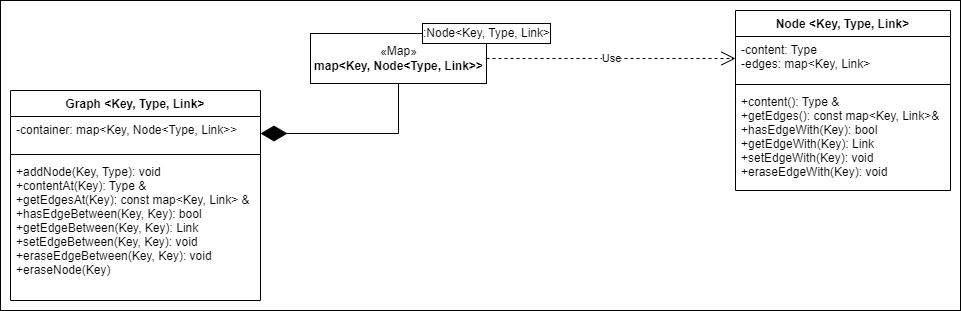
This is SocialNetwork.drawio.png from FIE-PPIII/PPIII_SocialNetwork, a draw.io export, as it was before one commit. Source tidied: cells renumbered, new cells last; positions are measured from the earlier drawing's top-left corner, leaving out a move shared by most shapes. Its diagram source:
```xml
<mxGraphModel>
  <root>
    <mxCell id="0" />
    <mxCell id="1" parent="0" />
    <mxCell id="2" style="rounded=0;whiteSpace=wrap;html=1;" parent="1" vertex="1">
      <mxGeometry width="960" height="310" as="geometry" />
    </mxCell>
    <mxCell id="3" value="Graph &lt;Key, Type, Link&gt;" style="swimlane;fontStyle=1;align=center;verticalAlign=top;horizontal=1;startSize=26;" parent="1" vertex="1">
      <mxGeometry x="10" y="90" width="250" height="210" as="geometry" />
    </mxCell>
    <mxCell id="4" value="-container: map&lt;Key, Node&lt;Type, Link&gt;&gt;" style="text;strokeColor=none;fillColor=none;align=left;verticalAlign=top;spacingLeft=4;spacingRight=4;overflow=hidden;points=[[0,0.5],[1,0.5]];portConstraint=eastwest;fontStyle=0;" parent="3" vertex="1">
      <mxGeometry y="26" width="250" height="34" as="geometry" />
    </mxCell>
    <mxCell id="5" style="line;strokeWidth=1;fillColor=none;align=left;verticalAlign=middle;spacingTop=-1;spacingLeft=3;spacingRight=3;labelPosition=right;strokeColor=inherit;" parent="3" vertex="1">
      <mxGeometry y="60" width="250" height="8" as="geometry" />
    </mxCell>
    <mxCell id="6" value="+addNode(Key, Type): void&#10;+contentAt(Key): Type &amp;&#10;+getEdgesAt(Key): const map&lt;Key, Link&gt; &amp;&#10;+hasEdgeBetween(Key, Key): bool&#10;+getEdgeBetween(Key, Key): Link&#10;+setEdgeBetween(Key, Key): void&#10;+eraseEdgeBetween(Key, Key): void&#10;+eraseNode(Key)" style="text;strokeColor=none;fillColor=none;align=left;verticalAlign=top;spacingLeft=4;spacingRight=4;overflow=hidden;" parent="3" vertex="1">
      <mxGeometry y="68" width="250" height="142" as="geometry" />
    </mxCell>
    <mxCell id="7" style="group;" parent="1" vertex="1">
      <mxGeometry x="310" y="23" width="240" height="60" as="geometry" />
    </mxCell>
    <mxCell id="8" value="«Map»&lt;br&gt;&lt;b&gt;map&amp;lt;Key, Node&amp;lt;Type, Link&amp;gt;&amp;gt;&lt;/b&gt;" style="html=1;" parent="7" vertex="1">
      <mxGeometry y="10" width="176" height="50" as="geometry" />
    </mxCell>
    <mxCell id="9" value=":Node&amp;lt;Key, Type, Link&amp;gt;" style="html=1;" parent="7" vertex="1">
      <mxGeometry x="112" width="128" height="20" as="geometry" />
    </mxCell>
    <mxCell id="10" style="endArrow=diamondThin;endFill=1;endSize=24;html=1;rounded=0;entryX=1;entryY=0.5;entryDx=0;entryDy=0;exitX=0.5;exitY=1;exitDx=0;exitDy=0;" parent="1" edge="1" source="8" target="4">
      <mxGeometry relative="1" as="geometry">
        <Array as="points">
          <mxPoint x="398" y="133" />
        </Array>
      </mxGeometry>
    </mxCell>
    <mxCell id="11" value="Node &lt;Key, Type, Link&gt;" style="swimlane;fontStyle=1;align=center;verticalAlign=top;horizontal=1;startSize=26;" parent="1" vertex="1">
      <mxGeometry x="735" y="10" width="215" height="180" as="geometry" />
    </mxCell>
    <mxCell id="12" value="-content: Type&#10;-edges: map&lt;Key, Link&gt;" style="text;strokeColor=none;fillColor=none;align=left;verticalAlign=top;spacingLeft=4;spacingRight=4;overflow=hidden;points=[[0,0.5],[1,0.5]];portConstraint=eastwest;" parent="11" vertex="1">
      <mxGeometry y="26" width="215" height="44" as="geometry" />
    </mxCell>
    <mxCell id="13" style="line;strokeWidth=1;fillColor=none;align=left;verticalAlign=middle;spacingTop=-1;spacingLeft=3;spacingRight=3;labelPosition=right;strokeColor=inherit;" parent="11" vertex="1">
      <mxGeometry y="70" width="215" height="8" as="geometry" />
    </mxCell>
    <mxCell id="14" value="+content(): Type &amp;&#10;+getEdges(): const map&lt;Key, Link&gt;&amp;&#10;+hasEdgeWith(Key): bool&#10;+getEdgeWith(Key): Link&#10;+setEdgeWith(Key): void&#10;+eraseEdgeWith(Key): void" style="text;strokeColor=none;fillColor=none;align=left;verticalAlign=top;spacingLeft=4;spacingRight=4;overflow=hidden;" parent="11" vertex="1">
      <mxGeometry y="78" width="215" height="102" as="geometry" />
    </mxCell>
    <mxCell id="15" value="Use" style="endArrow=open;endSize=12;dashed=1;html=1;rounded=0;exitX=1;exitY=0.5;exitDx=0;exitDy=0;entryX=0;entryY=0.5;entryDx=0;entryDy=0;" parent="1" edge="1" source="8" target="12">
      <mxGeometry relative="1" as="geometry" />
    </mxCell>
  </root>
</mxGraphModel>
```
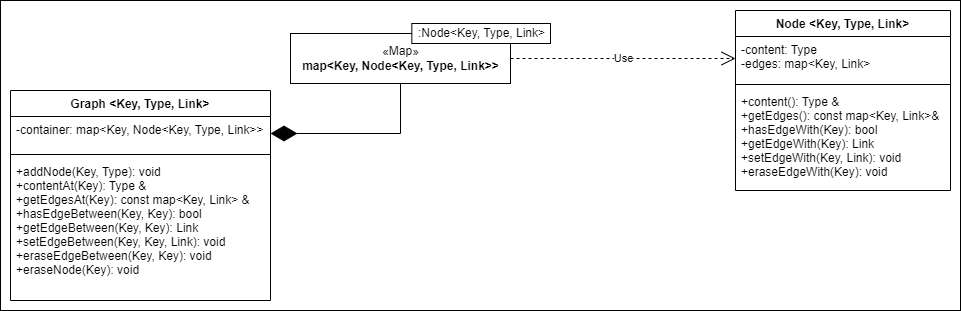
Later version of the same file.

Diff of the diagram source:
```diff
@@ -6,30 +6,30 @@
       <mxGeometry width="960" height="310" as="geometry" />
     </mxCell>
     <mxCell id="3" value="Graph &lt;Key, Type, Link&gt;" style="swimlane;fontStyle=1;align=center;verticalAlign=top;horizontal=1;startSize=26;" parent="1" vertex="1">
-      <mxGeometry x="10" y="90" width="250" height="210" as="geometry" />
+      <mxGeometry x="10" y="90" width="260" height="210" as="geometry" />
     </mxCell>
-    <mxCell id="4" value="-container: map&lt;Key, Node&lt;Type, Link&gt;&gt;" style="text;strokeColor=none;fillColor=none;align=left;verticalAlign=top;spacingLeft=4;spacingRight=4;overflow=hidden;points=[[0,0.5],[1,0.5]];portConstraint=eastwest;fontStyle=0;" parent="3" vertex="1">
-      <mxGeometry y="26" width="250" height="34" as="geometry" />
+    <mxCell id="4" value="-container: map&lt;Key, Node&lt;Key, Type, Link&gt;&gt;" style="text;strokeColor=none;fillColor=none;align=left;verticalAlign=top;spacingLeft=4;spacingRight=4;overflow=hidden;points=[[0,0.5],[1,0.5]];portConstraint=eastwest;fontStyle=0;" parent="3" vertex="1">
+      <mxGeometry y="26" width="260" height="34" as="geometry" />
     </mxCell>
     <mxCell id="5" style="line;strokeWidth=1;fillColor=none;align=left;verticalAlign=middle;spacingTop=-1;spacingLeft=3;spacingRight=3;labelPosition=right;strokeColor=inherit;" parent="3" vertex="1">
-      <mxGeometry y="60" width="250" height="8" as="geometry" />
+      <mxGeometry y="60" width="260" height="8" as="geometry" />
     </mxCell>
-    <mxCell id="6" value="+addNode(Key, Type): void&#10;+contentAt(Key): Type &amp;&#10;+getEdgesAt(Key): const map&lt;Key, Link&gt; &amp;&#10;+hasEdgeBetween(Key, Key): bool&#10;+getEdgeBetween(Key, Key): Link&#10;+setEdgeBetween(Key, Key): void&#10;+eraseEdgeBetween(Key, Key): void&#10;+eraseNode(Key)" style="text;strokeColor=none;fillColor=none;align=left;verticalAlign=top;spacingLeft=4;spacingRight=4;overflow=hidden;" parent="3" vertex="1">
-      <mxGeometry y="68" width="250" height="142" as="geometry" />
+    <mxCell id="6" value="+addNode(Key, Type): void&#10;+contentAt(Key): Type &amp;&#10;+getEdgesAt(Key): const map&lt;Key, Link&gt; &amp;&#10;+hasEdgeBetween(Key, Key): bool&#10;+getEdgeBetween(Key, Key): Link&#10;+setEdgeBetween(Key, Key, Link): void&#10;+eraseEdgeBetween(Key, Key): void&#10;+eraseNode(Key): void" style="text;strokeColor=none;fillColor=none;align=left;verticalAlign=top;spacingLeft=4;spacingRight=4;overflow=hidden;" parent="3" vertex="1">
+      <mxGeometry y="68" width="260" height="142" as="geometry" />
     </mxCell>
     <mxCell id="7" style="group;" parent="1" vertex="1">
-      <mxGeometry x="310" y="23" width="240" height="60" as="geometry" />
+      <mxGeometry x="290" y="23" width="260" height="60" as="geometry" />
     </mxCell>
-    <mxCell id="8" value="«Map»&lt;br&gt;&lt;b&gt;map&amp;lt;Key, Node&amp;lt;Type, Link&amp;gt;&amp;gt;&lt;/b&gt;" style="html=1;" parent="7" vertex="1">
-      <mxGeometry y="10" width="176" height="50" as="geometry" />
+    <mxCell id="8" value="«Map»&lt;br&gt;&lt;b&gt;map&amp;lt;Key, Node&amp;lt;Key, Type, Link&amp;gt;&amp;gt;&lt;/b&gt;" style="html=1;" parent="7" vertex="1">
+      <mxGeometry y="10" width="220" height="50" as="geometry" />
     </mxCell>
     <mxCell id="9" value=":Node&amp;lt;Key, Type, Link&amp;gt;" style="html=1;" parent="7" vertex="1">
-      <mxGeometry x="112" width="128" height="20" as="geometry" />
+      <mxGeometry x="121.3" width="138.7" height="20" as="geometry" />
     </mxCell>
     <mxCell id="10" style="endArrow=diamondThin;endFill=1;endSize=24;html=1;rounded=0;entryX=1;entryY=0.5;entryDx=0;entryDy=0;exitX=0.5;exitY=1;exitDx=0;exitDy=0;" parent="1" edge="1" source="8" target="4">
       <mxGeometry relative="1" as="geometry">
         <Array as="points">
-          <mxPoint x="398" y="133" />
+          <mxPoint x="400" y="133" />
         </Array>
       </mxGeometry>
     </mxCell>
@@ -42,7 +42,7 @@
     <mxCell id="13" style="line;strokeWidth=1;fillColor=none;align=left;verticalAlign=middle;spacingTop=-1;spacingLeft=3;spacingRight=3;labelPosition=right;strokeColor=inherit;" parent="11" vertex="1">
       <mxGeometry y="70" width="215" height="8" as="geometry" />
     </mxCell>
-    <mxCell id="14" value="+content(): Type &amp;&#10;+getEdges(): const map&lt;Key, Link&gt;&amp;&#10;+hasEdgeWith(Key): bool&#10;+getEdgeWith(Key): Link&#10;+setEdgeWith(Key): void&#10;+eraseEdgeWith(Key): void" style="text;strokeColor=none;fillColor=none;align=left;verticalAlign=top;spacingLeft=4;spacingRight=4;overflow=hidden;" parent="11" vertex="1">
+    <mxCell id="14" value="+content(): Type &amp;&#10;+getEdges(): const map&lt;Key, Link&gt;&amp;&#10;+hasEdgeWith(Key): bool&#10;+getEdgeWith(Key): Link&#10;+setEdgeWith(Key, Link): void&#10;+eraseEdgeWith(Key): void" style="text;strokeColor=none;fillColor=none;align=left;verticalAlign=top;spacingLeft=4;spacingRight=4;overflow=hidden;" parent="11" vertex="1">
       <mxGeometry y="78" width="215" height="102" as="geometry" />
     </mxCell>
     <mxCell id="15" value="Use" style="endArrow=open;endSize=12;dashed=1;html=1;rounded=0;exitX=1;exitY=0.5;exitDx=0;exitDy=0;entryX=0;entryY=0.5;entryDx=0;entryDy=0;" parent="1" edge="1" source="8" target="12">
```
